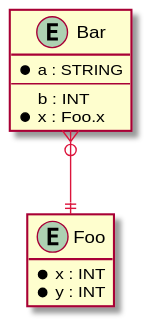
Earlier version of the PlantUML export pkg/arrai/out/data_diagram.svg (anz-bank/sysl). The source it was exported from:
```plantuml
@startuml
skinparam component {
  BackgroundColor FloralWhite
  BorderColor Black
  ArrowColor Crimson
}
hide methods

entity Bar {
  *a : STRING
  --
  b : INT
  *x : Foo.x
}

entity Foo {
  *x : INT
  *y : INT
}

Bar             }o--|| Foo
@enduml
```
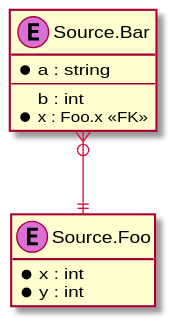
After the change.

Commit message:
Improve Makefile, data diagram and dictionary

The edit, as a diff of the source:
```diff
@@ -4,19 +4,20 @@
   BorderColor Black
   ArrowColor Crimson
 }
+skinparam stereotypeCBackgroundColor Orchid
 hide methods
 
-entity Bar {
-  *a : STRING
+entity Source.Bar {
+  *a : string
   --
-  b : INT
-  *x : Foo.x
+  b : int
+  *x : Foo.x <<FK>>
 }
 
-entity Foo {
-  *x : INT
-  *y : INT
+entity Source.Foo {
+  *x : int
+  *y : int
 }
 
-Bar             }o--|| Foo
+Source.Bar      }o--|| Source.Foo
 @enduml
```
